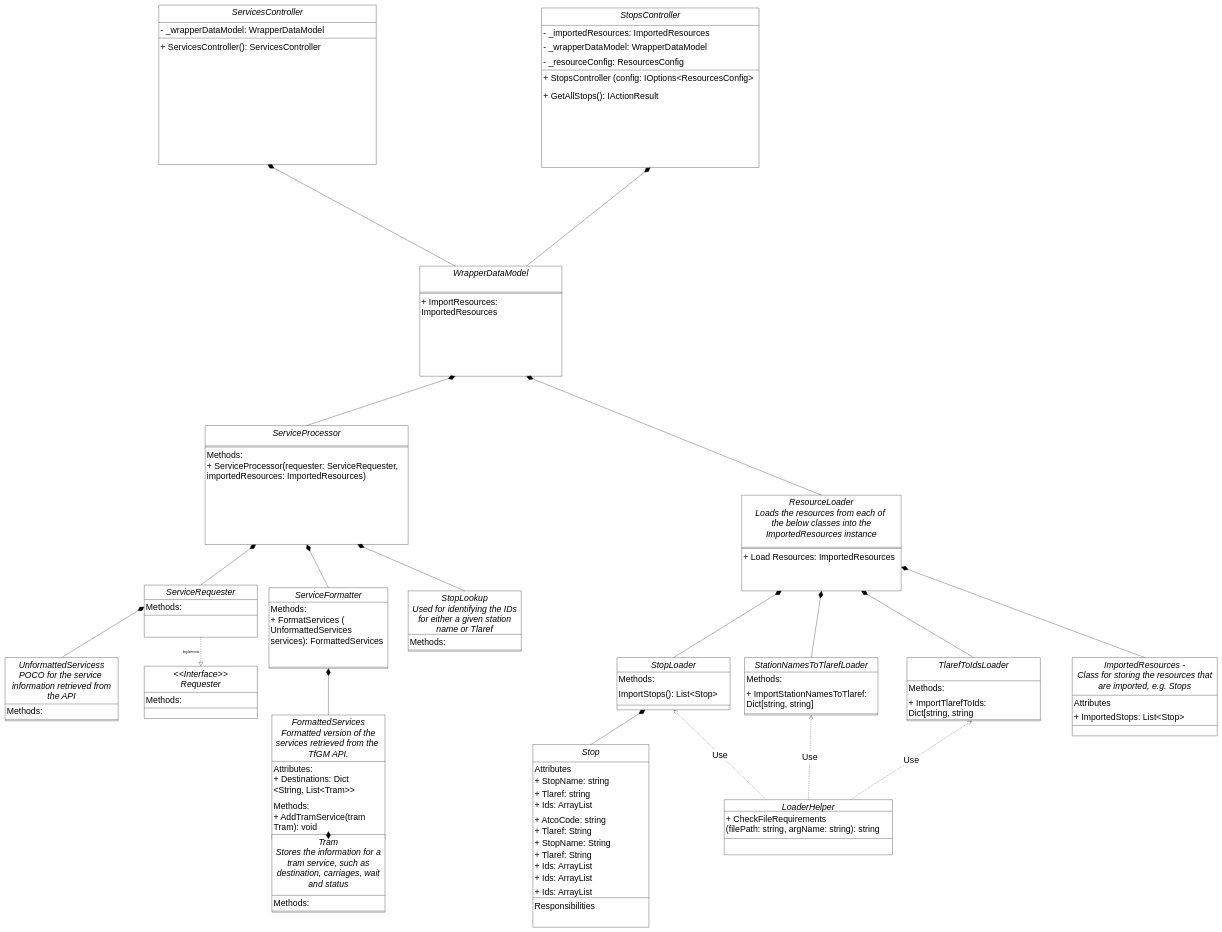
Earlier version of the draw.io diagram Documentation/TfGM-API-Wrapper.drawio (dave-t-c/TfGM-API-Wrapper). Source tidied: cells renumbered, new cells numbered last; positions are measured from the earlier drawing's top-left corner, leaving out a move shared by most shapes. Both pictures are drawn from the tidied source at 29%, with x=0, y=0 at pixel (5, 5).
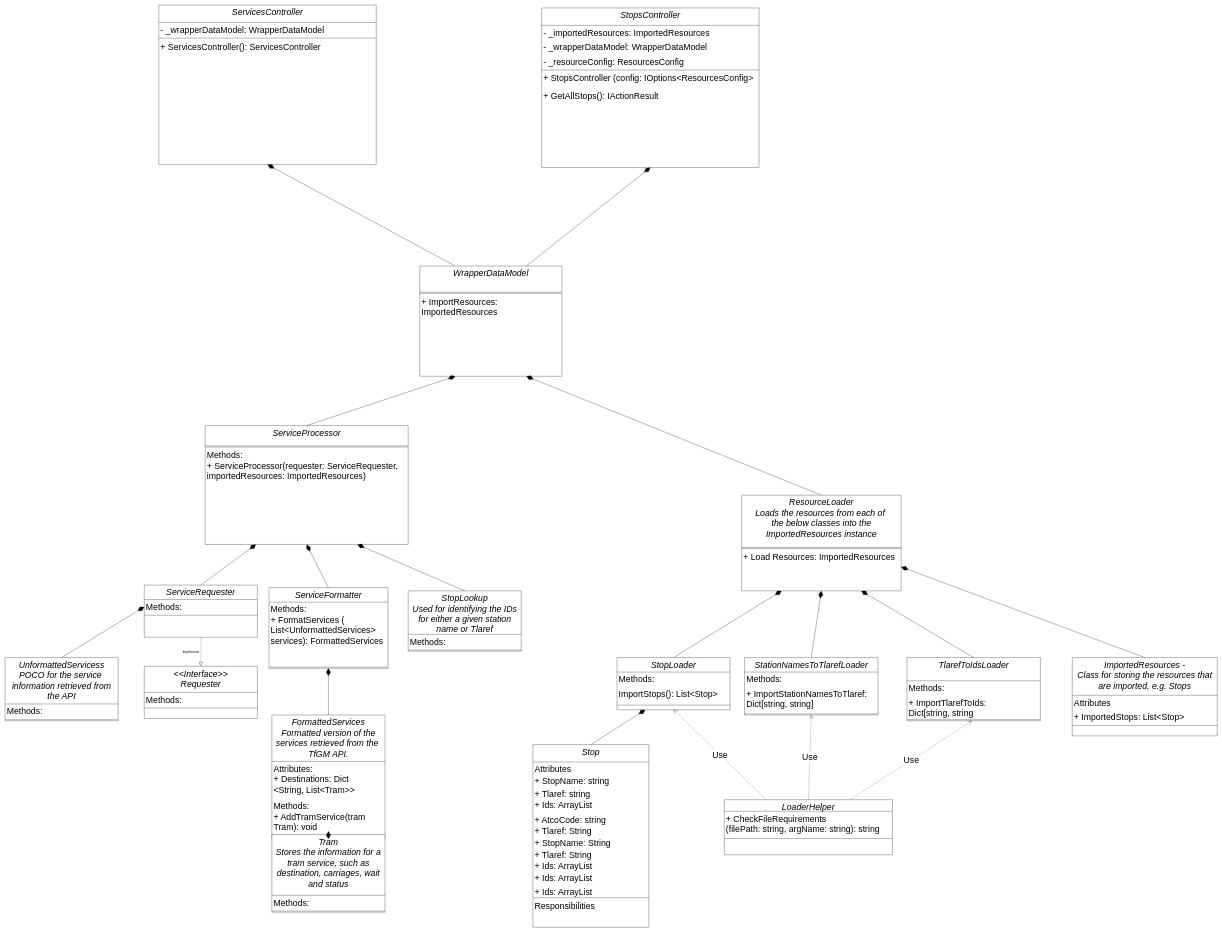
The same page after the edit.

Commit message:
Modify Service formatter to have a list of unformatted services.

This is to handle locations with multiple IDs.

Unchanged cells that the change refers to:
```xml
<mxCell id="70" value="ServiceFormatter" style="swimlane;fontStyle=2;align=center;verticalAlign=top;horizontal=1;startSize=50;rounded=0;shadow=0;strokeWidth=1;fontSize=30;" parent="1" vertex="1">
  <mxGeometry x="910" y="2009" width="410" height="278" as="geometry" />
</mxCell>
```

Diff of the diagram source:
```diff
@@
-    <mxCell id="71" value="Methods:&#10;+ FormatServices (&#10;UnformattedServices &#10;services): FormattedServices" style="text;align=left;verticalAlign=top;spacingLeft=4;spacingRight=4;overflow=hidden;fontSize=30;" parent="70" vertex="1">
+    <mxCell id="71" value="Methods:&#10;+ FormatServices (&#10;List&lt;UnformattedServices&gt; &#10;services): FormattedServices" style="text;align=left;verticalAlign=top;spacingLeft=4;spacingRight=4;overflow=hidden;fontSize=30;" parent="70" vertex="1">
       <mxGeometry y="50" width="410" height="220" as="geometry" />
     </mxCell>
```
